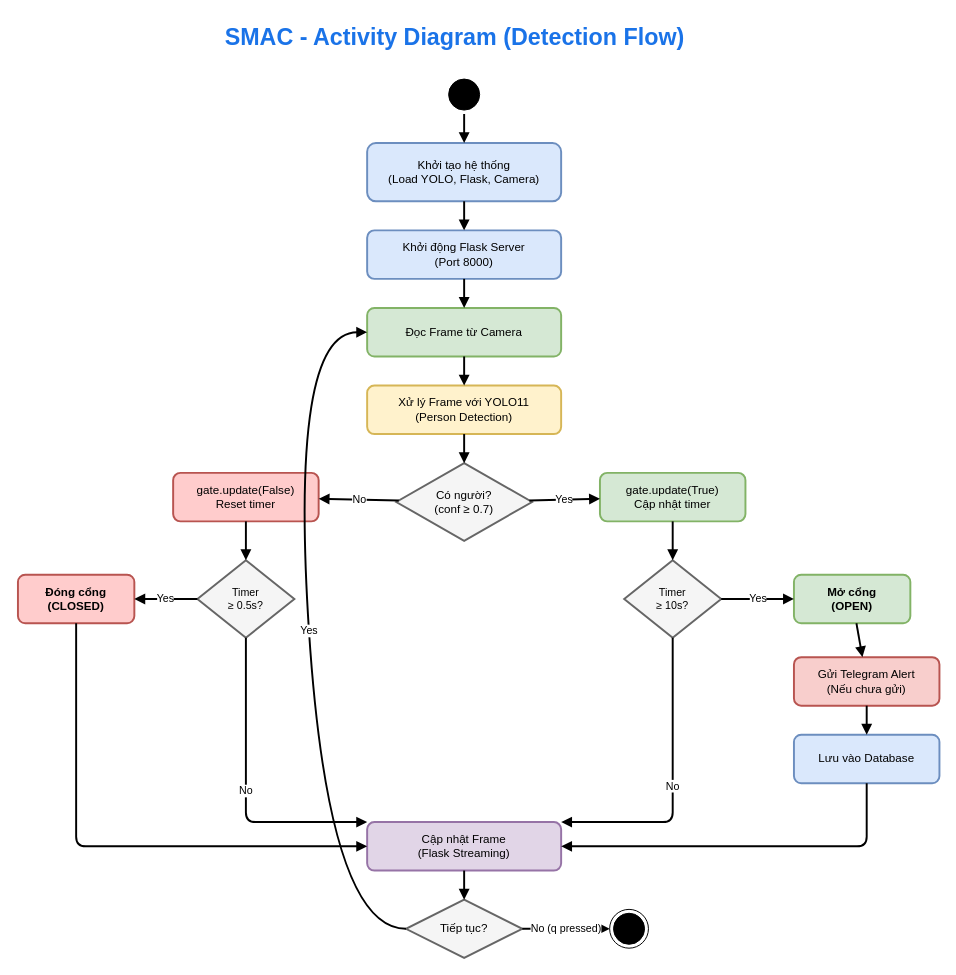
bathanh0309/SMAC keeps this draw.io diagram as diagram/activity.drawio. Above is the earlier version. Source tidied: cells renumbered, new cells numbered last; positions are measured from the earlier drawing's top-left corner, leaving out a move shared by most shapes. Both pictures are drawn from the tidied source at 97%, with x=0, y=0 at pixel (17, 16).
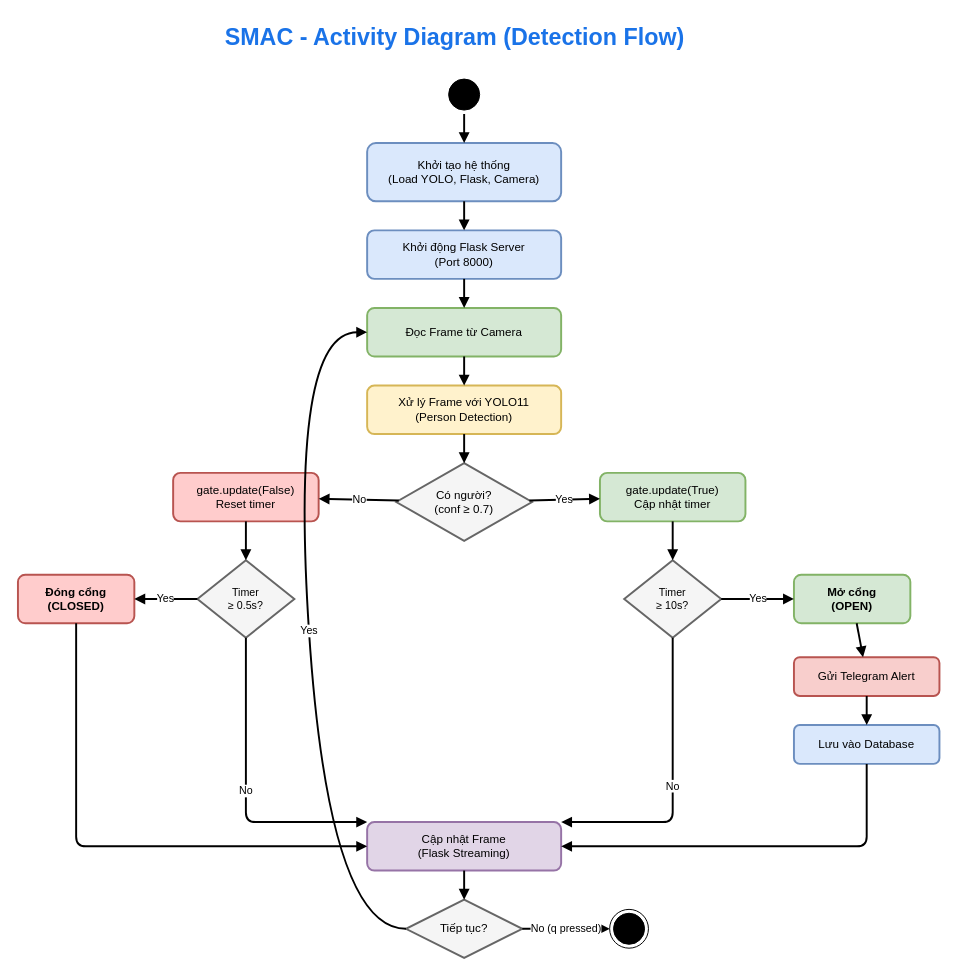
After the change.

Diff of the diagram source:
```diff
@@
-<mxGraphModel>
+<mxGraphModel background="#FFFFFF">
@@
-    <mxCell id="13" value="Gửi Telegram Alert&#10;(Nếu chưa gửi)" style="rounded=1;whiteSpace=wrap;html=1;fillColor=#f8cecc;strokeColor=#b85450;strokeWidth=2;fontSize=12;" parent="1" vertex="1">
-      <mxGeometry x="800" y="660" width="150" height="50" as="geometry" />
+    <mxCell id="13" value="Gửi Telegram Alert" style="rounded=1;whiteSpace=wrap;html=1;fillColor=#f8cecc;strokeColor=#b85450;strokeWidth=2;fontSize=12;" parent="1" vertex="1">
+      <mxGeometry x="800" y="660" width="150" height="40" as="geometry" />
     </mxCell>
     <mxCell id="14" value="Lưu vào Database" style="rounded=1;whiteSpace=wrap;html=1;fillColor=#dae8fc;strokeColor=#6c8ebf;strokeWidth=2;fontSize=12;" parent="1" vertex="1">
-      <mxGeometry x="800" y="740" width="150" height="50" as="geometry" />
+      <mxGeometry x="800" y="730" width="150" height="40" as="geometry" />
     </mxCell>
```
